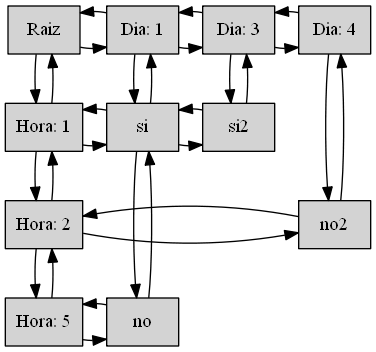
The Graphviz diagram Tarea5/Grafica.png in SelvinLP/EDD2019, before a commit. Its source is kept beside it as Tarea5/Grafica.dot. The source it was exported from:
```dot
digraph Grafica {
size="9,9"
node[shape=record,style=filled]
"Raiz"[label ="{Raiz}"]
"Hora: 1"[label ="{Hora: 1}" ]
"Hora: 2"[label ="{Hora: 2}" ]
"Hora: 5"[label ="{Hora: 5}" ]
"Dia: 1"[label ="{Dia: 1}"]
"si"[label ="{si}" ]
"no"[label ="{no}" ]
"Dia: 3"[label ="{Dia: 3}"]
"si2"[label ="{si2}" ]
"Dia: 4"[label ="{Dia: 4}"]
"no2"[label ="{no2}" ]
{rank = same;"Raiz";"Dia: 1";"Dia: 3";"Dia: 4";}
{rank = same;"Hora: 1";"si";"si2";}
{rank = same;"Hora: 2";"no2";}
{rank = same;"Hora: 5";"no";}
"Raiz" -> "Hora: 1"
"Raiz" -> "Hora: 1"[dir=back]
"Raiz" -> "Dia: 1"[constraint=false]
"Raiz" -> "Dia: 1"[constraint=false ,dir=back]
"Hora: 1" -> "Hora: 2"
"Hora: 1" -> "Hora: 2"[dir=back]
"Hora: 1" -> "si"[constraint=false]
"Hora: 1" -> "si"[constraint=false ,dir=back]
"Hora: 2" -> "Hora: 5"
"Hora: 2" -> "Hora: 5"[dir=back]
"Hora: 2" -> "no2"[constraint=false]
"Hora: 2" -> "no2"[constraint=false ,dir=back]
"Hora: 5" -> "no"[constraint=false]
"Hora: 5" -> "no"[constraint=false ,dir=back]
"Dia: 1" -> "si"
"Dia: 1" -> "si"[dir=back]
"Dia: 1" -> "Dia: 3"[constraint=false]
"Dia: 1" -> "Dia: 3"[constraint=false ,dir=back]
"si" -> "no"
"si" -> "no"[dir=back]
"si" -> "si2"[constraint=false]
"si" -> "si2"[constraint=false ,dir=back]
"Dia: 3" -> "si2"
"Dia: 3" -> "si2"[dir=back]
"Dia: 3" -> "Dia: 4"[constraint=false]
"Dia: 3" -> "Dia: 4"[constraint=false ,dir=back]
"Dia: 4" -> "no2"
"Dia: 4" -> "no2"[dir=back]
}
```
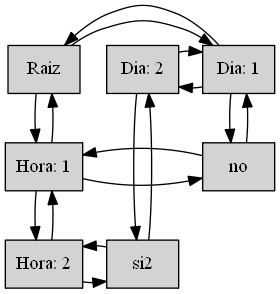
After the commit.

The edit, as a diff of the source:
```diff
@@ -4,44 +4,27 @@
 "Raiz"[label ="{Raiz}"]
 "Hora: 1"[label ="{Hora: 1}" ]
 "Hora: 2"[label ="{Hora: 2}" ]
-"Hora: 5"[label ="{Hora: 5}" ]
 "Dia: 1"[label ="{Dia: 1}"]
-"si"[label ="{si}" ]
 "no"[label ="{no}" ]
-"Dia: 3"[label ="{Dia: 3}"]
+"Dia: 2"[label ="{Dia: 2}"]
 "si2"[label ="{si2}" ]
-"Dia: 4"[label ="{Dia: 4}"]
-"no2"[label ="{no2}" ]
-{rank = same;"Raiz";"Dia: 1";"Dia: 3";"Dia: 4";}
-{rank = same;"Hora: 1";"si";"si2";}
-{rank = same;"Hora: 2";"no2";}
-{rank = same;"Hora: 5";"no";}
+{rank = same;"Raiz";"Dia: 1";"Dia: 2";}
+{rank = same;"Hora: 1";"no";}
+{rank = same;"Hora: 2";"si2";}
 "Raiz" -> "Hora: 1"
 "Raiz" -> "Hora: 1"[dir=back]
 "Raiz" -> "Dia: 1"[constraint=false]
-"Raiz" -> "Dia: 1"[constraint=false ,dir=back]
+"Raiz" -> "Dia: 1"[constraint=false,dir=back]
 "Hora: 1" -> "Hora: 2"
 "Hora: 1" -> "Hora: 2"[dir=back]
-"Hora: 1" -> "si"[constraint=false]
-"Hora: 1" -> "si"[constraint=false ,dir=back]
-"Hora: 2" -> "Hora: 5"
-"Hora: 2" -> "Hora: 5"[dir=back]
-"Hora: 2" -> "no2"[constraint=false]
-"Hora: 2" -> "no2"[constraint=false ,dir=back]
-"Hora: 5" -> "no"[constraint=false]
-"Hora: 5" -> "no"[constraint=false ,dir=back]
-"Dia: 1" -> "si"
-"Dia: 1" -> "si"[dir=back]
-"Dia: 1" -> "Dia: 3"[constraint=false]
-"Dia: 1" -> "Dia: 3"[constraint=false ,dir=back]
-"si" -> "no"
-"si" -> "no"[dir=back]
-"si" -> "si2"[constraint=false]
-"si" -> "si2"[constraint=false ,dir=back]
-"Dia: 3" -> "si2"
-"Dia: 3" -> "si2"[dir=back]
-"Dia: 3" -> "Dia: 4"[constraint=false]
-"Dia: 3" -> "Dia: 4"[constraint=false ,dir=back]
-"Dia: 4" -> "no2"
-"Dia: 4" -> "no2"[dir=back]
+"Hora: 1" -> "no"[constraint=false]
+"Hora: 1" -> "no"[constraint=false,dir=back]
+"Hora: 2" -> "si2"[constraint=false]
+"Hora: 2" -> "si2"[constraint=false,dir=back]
+"Dia: 1" -> "no"
+"Dia: 1" -> "no"[dir=back]
+"Dia: 1" -> "Dia: 2"[constraint=false]
+"Dia: 1" -> "Dia: 2"[constraint=false,dir=back]
+"Dia: 2" -> "si2"
+"Dia: 2" -> "si2"[dir=back]
 }
```
